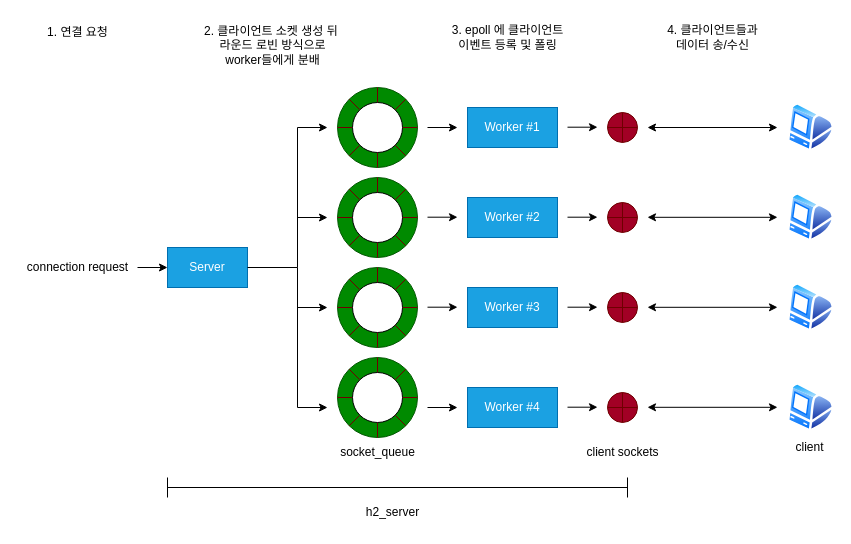
The draw.io diagram assets/img/projects/h2_server/drawio_resources/acceptor_worker_overview.drawio in hyeonsu-choe/hyeonsu-choe.github.io, before the edit. Source tidied: cells renumbered, new cells numbered last; positions are measured from the earlier drawing's top-left corner, leaving out a move shared by most shapes. Both pictures are drawn from the tidied source at 100%, with x=0, y=0 at pixel (17, 17).
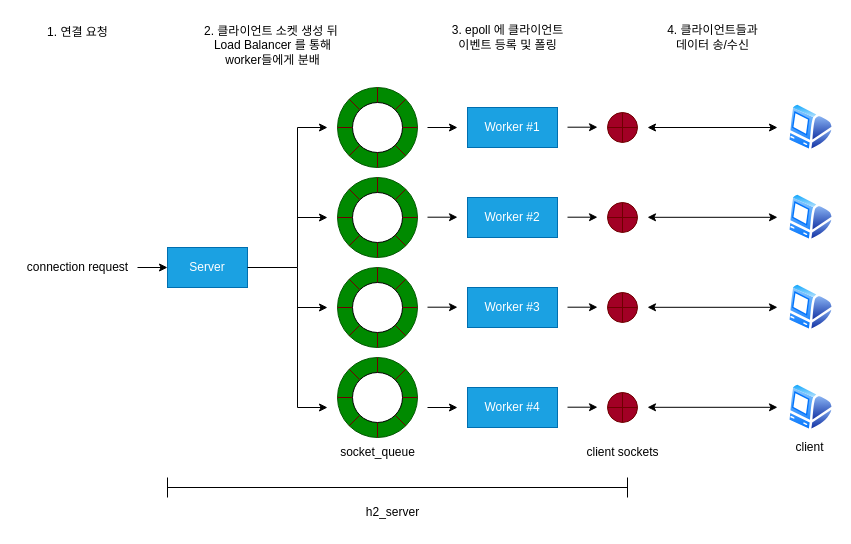
The same diagram, later.

Diff of the diagram source:
```diff
@@
-    <mxCell id="43" value="2. 클라이언트 소켓&amp;nbsp;&lt;span style=&quot;background-color: transparent; color: light-dark(rgb(0, 0, 0), rgb(255, 255, 255));&quot;&gt;생성 뒤&amp;nbsp;&lt;/span&gt;&lt;div&gt;라운드 로빈 방식으로&lt;/div&gt;&lt;div&gt;worker들에게 분배&lt;div&gt;&lt;br&gt;&lt;/div&gt;&lt;/div&gt;" style="text;html=1;align=center;verticalAlign=middle;strokeColor=none;fillColor=none;" parent="1" vertex="1">
+    <mxCell id="43" value="2. 클라이언트 소켓&amp;nbsp;&lt;span style=&quot;background-color: transparent; color: light-dark(rgb(0, 0, 0), rgb(255, 255, 255));&quot;&gt;생성 뒤&amp;nbsp;&lt;/span&gt;&lt;div&gt;Load Balancer 를 통해&lt;/div&gt;&lt;div&gt;worker들에게 분배&lt;div&gt;&lt;br&gt;&lt;/div&gt;&lt;/div&gt;" style="text;html=1;align=center;verticalAlign=middle;strokeColor=none;fillColor=none;" parent="1" vertex="1">
       <mxGeometry x="175" width="160" height="70" as="geometry" />
     </mxCell>
```
